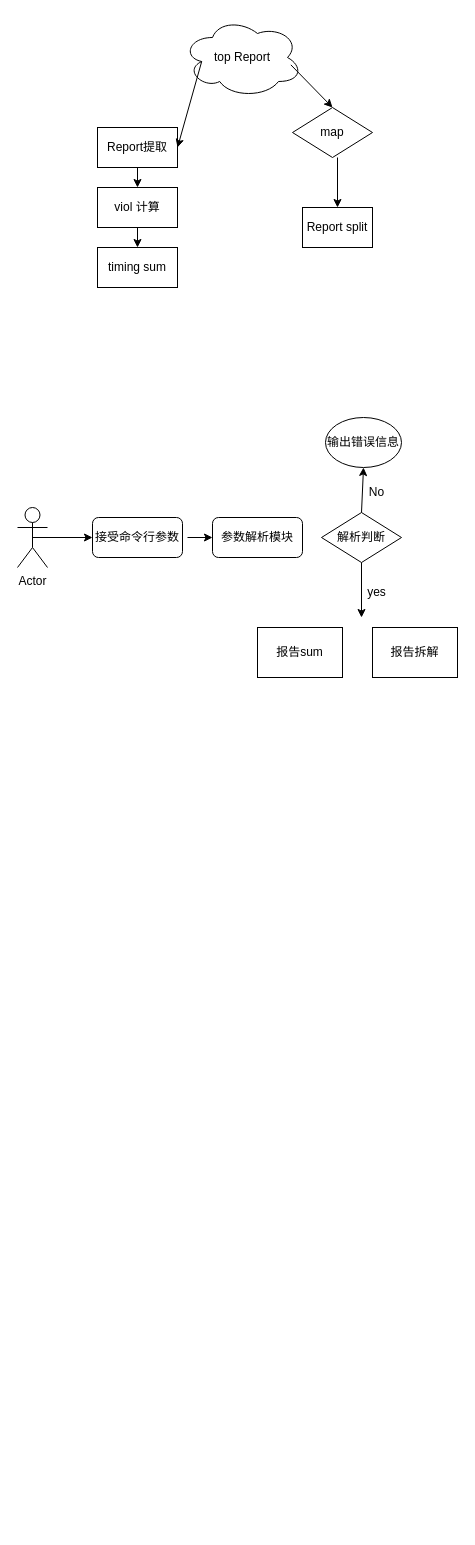
Above: sta.drawio in C9420/Graph (draw.io), before the change. Source tidied: cells renumbered, new cells numbered last; positions are measured from the earlier drawing's top-left corner, leaving out a move shared by most shapes. Both pictures are drawn from the tidied source at 100%, with x=0, y=0 at pixel (17, 17).
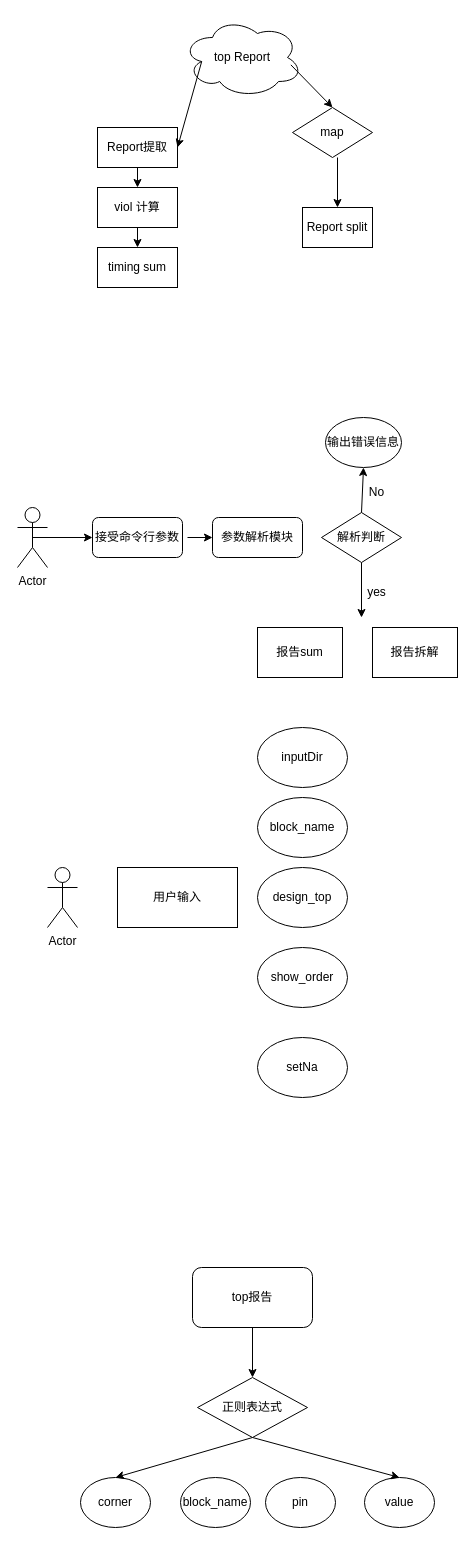
The same page after the edit.

Diff of the diagram source:
```diff
@@
+    <mxCell id="26" value="用户输入" style="rounded=0;whiteSpace=wrap;html=1;" parent="1" vertex="1">
+      <mxGeometry x="100" y="850" width="120" height="60" as="geometry" />
+    </mxCell>
+    <mxCell id="27" value="Actor" style="shape=umlActor;verticalLabelPosition=bottom;verticalAlign=top;html=1;" parent="1" vertex="1">
+      <mxGeometry x="30" y="850" width="30" height="60" as="geometry" />
+    </mxCell>
+    <mxCell id="28" value="inputDir" style="ellipse;whiteSpace=wrap;html=1;" parent="1" vertex="1">
+      <mxGeometry x="240" y="710" width="90" height="60" as="geometry" />
+    </mxCell>
+    <mxCell id="29" value="block_name" style="ellipse;whiteSpace=wrap;html=1;" parent="1" vertex="1">
+      <mxGeometry x="240" y="780" width="90" height="60" as="geometry" />
+    </mxCell>
+    <mxCell id="30" value="design_top" style="ellipse;whiteSpace=wrap;html=1;" parent="1" vertex="1">
+      <mxGeometry x="240" y="850" width="90" height="60" as="geometry" />
+    </mxCell>
+    <mxCell id="31" value="setNa" style="ellipse;whiteSpace=wrap;html=1;" parent="1" vertex="1">
+      <mxGeometry x="240" y="1020" width="90" height="60" as="geometry" />
+    </mxCell>
+    <mxCell id="32" value="show_order" style="ellipse;whiteSpace=wrap;html=1;" parent="1" vertex="1">
+      <mxGeometry x="240" y="930" width="90" height="60" as="geometry" />
+    </mxCell>
+    <mxCell id="33" style="edgeStyle=orthogonalEdgeStyle;rounded=0;jettySize=auto;html=1;" parent="1" edge="1" source="34" target="35">
+      <mxGeometry relative="1" as="geometry" />
+    </mxCell>
+    <mxCell id="34" value="top报告" style="rounded=1;whiteSpace=wrap;html=1;" parent="1" vertex="1">
+      <mxGeometry x="175" y="1250" width="120" height="60" as="geometry" />
+    </mxCell>
+    <mxCell id="35" value="正则表达式" style="rhombus;whiteSpace=wrap;html=1;" parent="1" vertex="1">
+      <mxGeometry x="180" y="1360" width="110" height="60" as="geometry" />
+    </mxCell>
+    <mxCell id="36" value="corner" style="ellipse;whiteSpace=wrap;html=1;" parent="1" vertex="1">
+      <mxGeometry x="63" y="1460" width="70" height="50" as="geometry" />
+    </mxCell>
+    <mxCell id="37" value="block_name" style="ellipse;whiteSpace=wrap;html=1;" parent="1" vertex="1">
+      <mxGeometry x="163" y="1460" width="70" height="50" as="geometry" />
+    </mxCell>
+    <mxCell id="38" value="pin" style="ellipse;whiteSpace=wrap;html=1;" parent="1" vertex="1">
+      <mxGeometry x="248" y="1460" width="70" height="50" as="geometry" />
+    </mxCell>
+    <mxCell id="39" value="value" style="ellipse;whiteSpace=wrap;html=1;" parent="1" vertex="1">
+      <mxGeometry x="347" y="1460" width="70" height="50" as="geometry" />
+    </mxCell>
+    <mxCell id="40" style="endArrow=classic;html=1;rounded=0;exitX=0.5;exitY=1;exitDx=0;exitDy=0;entryX=0.5;entryY=0;entryDx=0;entryDy=0;" parent="1" edge="1" source="35" target="36">
+      <mxGeometry relative="1" as="geometry" />
+    </mxCell>
+    <mxCell id="41" style="endArrow=classic;html=1;rounded=0;exitX=0.5;exitY=1;exitDx=0;exitDy=0;entryX=0.5;entryY=0;entryDx=0;entryDy=0;" parent="1" edge="1" source="35" target="39">
+      <mxGeometry relative="1" as="geometry" />
+    </mxCell>
```
